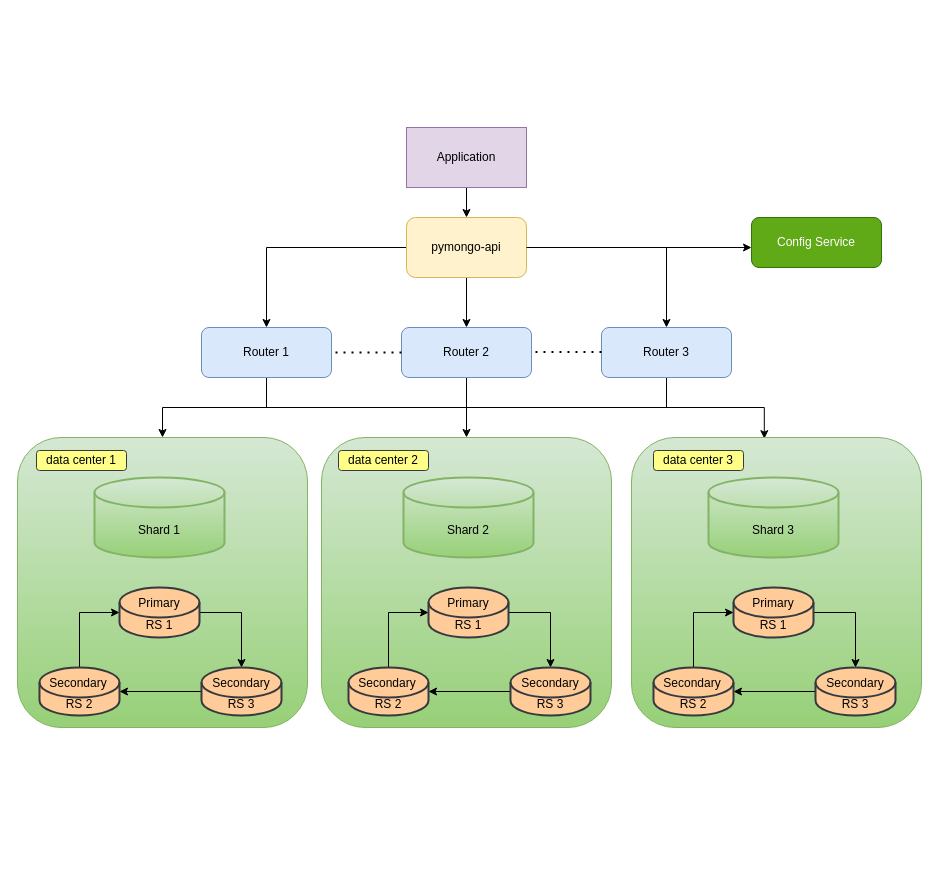
Before: page "mongo-sharding-repl" (2 of 5) of task1.drawio in laksan1/architecture-sprint-2, a draw.io diagram. Source tidied: cells renumbered, new cells numbered last; positions are measured from the earlier drawing's top-left corner, leaving out a move shared by most shapes. Both pictures are drawn from the tidied source at 100%, with x=0, y=0 at pixel (17, 127).
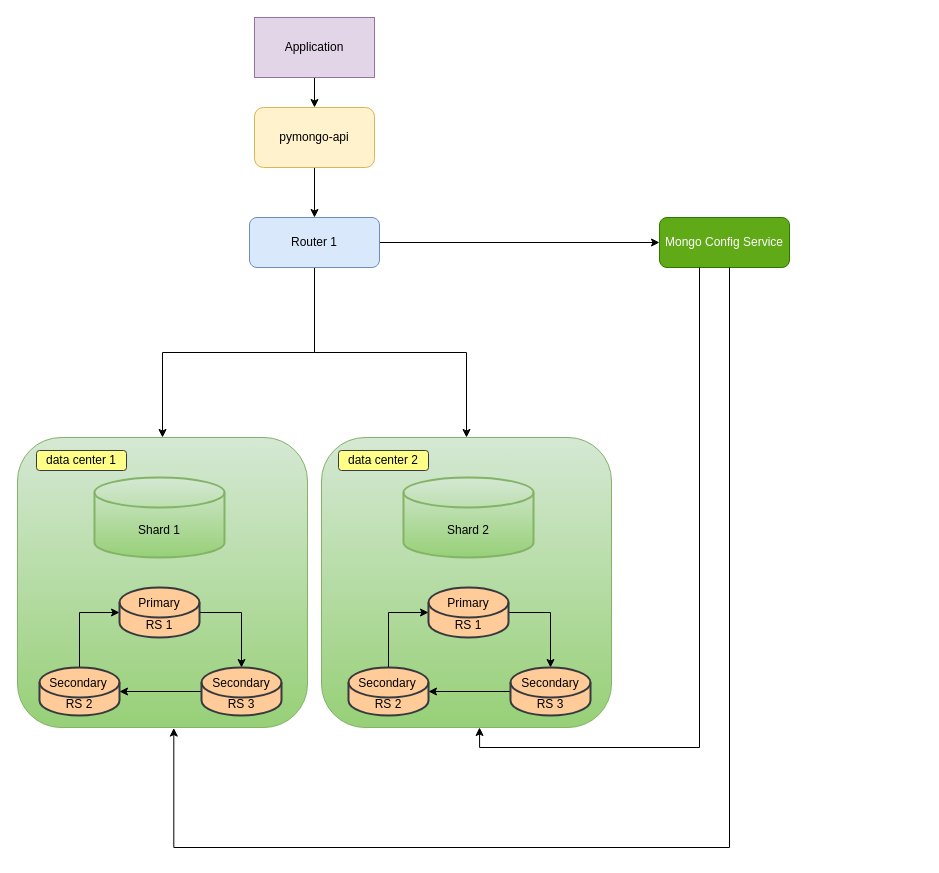
After the change.

Unchanged cells that the change refers to:
```xml
<mxCell id="2" style="rounded=1;whiteSpace=wrap;html=1;fillColor=#d5e8d4;strokeColor=#82b366;gradientColor=#97d077;" parent="1" vertex="1">
  <mxGeometry y="310" width="290" height="290" as="geometry" />
</mxCell>
<mxCell id="29" style="rounded=1;whiteSpace=wrap;html=1;fillColor=#d5e8d4;strokeColor=#82b366;gradientColor=#97d077;" parent="1" vertex="1">
  <mxGeometry x="304" y="310" width="290" height="290" as="geometry" />
</mxCell>
```

Diff of the diagram source:
```diff
@@
     <mxCell id="4" value="Application" style="rounded=0;whiteSpace=wrap;html=1;fillColor=#e1d5e7;strokeColor=#9673a6;" parent="1" vertex="1">
-      <mxGeometry x="389" width="120" height="60" as="geometry" />
+      <mxGeometry x="237" y="-110" width="120" height="60" as="geometry" />
     </mxCell>
-    <mxCell id="5" style="edgeStyle=orthogonalEdgeStyle;rounded=0;jettySize=auto;html=1;" parent="1" edge="1" source="6" target="2">
-      <mxGeometry relative="1" as="geometry" />
-    </mxCell>
-    <mxCell id="6" value="Router 1" style="rounded=1;whiteSpace=wrap;html=1;fillColor=#dae8fc;strokeColor=#6c8ebf;" parent="1" vertex="1">
-      <mxGeometry x="184" y="200" width="130" height="50" as="geometry" />
-    </mxCell>
-    <mxCell id="7" style="edgeStyle=orthogonalEdgeStyle;rounded=0;jettySize=auto;html=1;entryX=0.5;entryY=0;entryDx=0;entryDy=0;" parent="1" edge="1" source="8" target="29">
+    <mxCell id="7" style="edgeStyle=orthogonalEdgeStyle;rounded=0;jettySize=auto;html=1;" parent="1" edge="1" source="8" target="29">
       <mxGeometry relative="1" as="geometry" />
     </mxCell>
+    <mxCell id="55" style="edgeStyle=orthogonalEdgeStyle;rounded=0;jettySize=auto;html=1;entryX=0.5;entryY=0;entryDx=0;entryDy=0;" parent="1" edge="1" source="8" target="2">
+      <mxGeometry relative="1" as="geometry" />
+    </mxCell>
+    <mxCell id="56" style="edgeStyle=orthogonalEdgeStyle;rounded=0;jettySize=auto;html=1;" parent="1" edge="1" source="8" target="15">
+      <mxGeometry relative="1" as="geometry" />
+    </mxCell>
-    <mxCell id="8" value="Router 2" style="rounded=1;whiteSpace=wrap;html=1;fillColor=#dae8fc;strokeColor=#6c8ebf;" parent="1" vertex="1">
-      <mxGeometry x="384" y="200" width="130" height="50" as="geometry" />
+    <mxCell id="8" value="Router 1" style="rounded=1;whiteSpace=wrap;html=1;fillColor=#dae8fc;strokeColor=#6c8ebf;" parent="1" vertex="1">
+      <mxGeometry x="232" y="90" width="130" height="50" as="geometry" />
     </mxCell>
-    <mxCell id="9" style="edgeStyle=orthogonalEdgeStyle;rounded=0;jettySize=auto;html=1;entryX=0.458;entryY=0.004;entryDx=0;entryDy=0;entryPerimeter=0;" parent="1" edge="1" source="10" target="40">
-      <mxGeometry relative="1" as="geometry" />
-    </mxCell>
-    <mxCell id="10" value="Router 3" style="rounded=1;whiteSpace=wrap;html=1;fillColor=#dae8fc;strokeColor=#6c8ebf;" parent="1" vertex="1">
-      <mxGeometry x="584" y="200" width="130" height="50" as="geometry" />
-    </mxCell>
-    <mxCell id="11" style="edgeStyle=orthogonalEdgeStyle;rounded=0;jettySize=auto;html=1;entryX=0.5;entryY=0;entryDx=0;entryDy=0;" parent="1" edge="1" source="14" target="10">
-      <mxGeometry relative="1" as="geometry" />
-    </mxCell>
@@
-    <mxCell id="13" style="edgeStyle=orthogonalEdgeStyle;rounded=0;jettySize=auto;html=1;entryX=0.5;entryY=0;entryDx=0;entryDy=0;" parent="1" edge="1" source="14" target="6">
-      <mxGeometry relative="1" as="geometry" />
-    </mxCell>
     <mxCell id="14" value="pymongo-api" style="rounded=1;whiteSpace=wrap;html=1;fillColor=#fff2cc;strokeColor=#d6b656;" parent="1" vertex="1">
-      <mxGeometry x="389" y="90" width="120" height="60" as="geometry" />
+      <mxGeometry x="237" y="-20" width="120" height="60" as="geometry" />
     </mxCell>
-    <mxCell id="15" value="Config Service" style="rounded=1;whiteSpace=wrap;html=1;fillColor=#60a917;fontColor=#ffffff;strokeColor=#2D7600;" parent="1" vertex="1">
-      <mxGeometry x="734" y="90" width="130" height="50" as="geometry" />
+    <mxCell id="15" value="Mongo Config Service" style="rounded=1;whiteSpace=wrap;html=1;fillColor=#60a917;fontColor=#ffffff;strokeColor=#2D7600;" parent="1" vertex="1">
+      <mxGeometry x="642" y="90" width="130" height="50" as="geometry" />
     </mxCell>
@@
-    <mxCell id="17" style="endArrow=none;dashed=1;html=1;dashPattern=1 3;strokeWidth=2;rounded=0;entryX=1;entryY=0.5;entryDx=0;entryDy=0;exitX=0;exitY=0.5;exitDx=0;exitDy=0;" parent="1" edge="1" source="8" target="6">
-      <mxGeometry relative="1" as="geometry" />
-    </mxCell>
-    <mxCell id="18" style="endArrow=none;dashed=1;html=1;dashPattern=1 3;strokeWidth=2;rounded=0;entryX=1;entryY=0.5;entryDx=0;entryDy=0;exitX=0;exitY=0.5;exitDx=0;exitDy=0;" parent="1" edge="1">
-      <mxGeometry relative="1" as="geometry">
-        <mxPoint x="584" y="224.5" as="sourcePoint" />
-        <mxPoint x="514" y="224.5" as="targetPoint" />
-      </mxGeometry>
-    </mxCell>
-    <mxCell id="19" style="edgeStyle=orthogonalEdgeStyle;rounded=0;jettySize=auto;html=1;" parent="1" edge="1" source="14">
-      <mxGeometry relative="1" as="geometry">
-        <mxPoint x="734" y="120" as="targetPoint" />
-      </mxGeometry>
-    </mxCell>
@@
-    <mxCell id="40" style="rounded=1;whiteSpace=wrap;html=1;fillColor=#d5e8d4;strokeColor=#82b366;gradientColor=#97d077;" parent="1" vertex="1">
-      <mxGeometry x="614" y="310" width="290" height="290" as="geometry" />
-    </mxCell>
-    <mxCell id="41" value="Shard 3" style="shape=cylinder3;whiteSpace=wrap;html=1;boundedLbl=1;backgroundOutline=1;size=15;strokeWidth=2;fillColor=#d5e8d4;strokeColor=#82b366;gradientColor=#97d077;" parent="1" vertex="1">
-      <mxGeometry x="691" y="350" width="130" height="80" as="geometry" />
-    </mxCell>
-    <mxCell id="42" style="edgeStyle=orthogonalEdgeStyle;rounded=0;jettySize=auto;html=1;" parent="1" edge="1" source="43" target="47">
-      <mxGeometry relative="1" as="geometry" />
-    </mxCell>
-    <mxCell id="43" value="RS 1" style="shape=cylinder3;whiteSpace=wrap;html=1;boundedLbl=1;backgroundOutline=1;size=15;strokeWidth=2;fillColor=#ffcc99;strokeColor=#36393d;" parent="1" vertex="1">
-      <mxGeometry x="716" y="460" width="80" height="50" as="geometry" />
-    </mxCell>
-    <mxCell id="44" style="edgeStyle=orthogonalEdgeStyle;rounded=0;jettySize=auto;html=1;entryX=0;entryY=0.5;entryDx=0;entryDy=0;entryPerimeter=0;" parent="1" edge="1" source="45" target="43">
-      <mxGeometry relative="1" as="geometry" />
-    </mxCell>
-    <mxCell id="45" value="RS 2" style="shape=cylinder3;whiteSpace=wrap;html=1;boundedLbl=1;backgroundOutline=1;size=15;strokeWidth=2;fillColor=#ffcc99;strokeColor=#36393d;" parent="1" vertex="1">
-      <mxGeometry x="636" y="540" width="80" height="48" as="geometry" />
-    </mxCell>
-    <mxCell id="46" style="edgeStyle=orthogonalEdgeStyle;rounded=0;jettySize=auto;html=1;" parent="1" edge="1" source="47" target="45">
-      <mxGeometry relative="1" as="geometry" />
-    </mxCell>
-    <mxCell id="47" value="RS 3" style="shape=cylinder3;whiteSpace=wrap;html=1;boundedLbl=1;backgroundOutline=1;size=15;strokeWidth=2;fillColor=#ffcc99;strokeColor=#36393d;" parent="1" vertex="1">
-      <mxGeometry x="798" y="540" width="80" height="48" as="geometry" />
-    </mxCell>
-    <mxCell id="48" value="Primary" style="text;html=1;align=center;verticalAlign=middle;whiteSpace=wrap;rounded=0;" parent="1" vertex="1">
-      <mxGeometry x="740" y="466" width="32" height="20" as="geometry" />
-    </mxCell>
-    <mxCell id="49" value="Secondary" style="text;html=1;align=center;verticalAlign=middle;whiteSpace=wrap;rounded=0;" parent="1" vertex="1">
-      <mxGeometry x="659" y="546" width="32" height="20" as="geometry" />
-    </mxCell>
-    <mxCell id="50" value="Secondary" style="text;html=1;align=center;verticalAlign=middle;whiteSpace=wrap;rounded=0;" parent="1" vertex="1">
-      <mxGeometry x="822" y="546" width="32" height="20" as="geometry" />
-    </mxCell>
@@
-    <mxCell id="53" value="data center 3" style="rounded=1;whiteSpace=wrap;html=1;fillColor=#ffff88;strokeColor=#36393d;" parent="1" vertex="1">
-      <mxGeometry x="636" y="323" width="90" height="20" as="geometry" />
-    </mxCell>
-    <mxCell id="54" style="endArrow=none;html=1;rounded=0;" parent="1" edge="1">
-      <mxGeometry relative="1" as="geometry">
-        <mxPoint x="244" y="280" as="sourcePoint" />
-        <mxPoint x="664" y="280" as="targetPoint" />
-      </mxGeometry>
-    </mxCell>
+    <mxCell id="57" style="edgeStyle=orthogonalEdgeStyle;rounded=0;jettySize=auto;html=1;entryX=0.545;entryY=1;entryDx=0;entryDy=0;entryPerimeter=0;" parent="1" edge="1" source="15" target="29">
+      <mxGeometry relative="1" as="geometry">
+        <Array as="points">
+          <mxPoint x="682" y="620" />
+          <mxPoint x="462" y="620" />
+        </Array>
+      </mxGeometry>
+    </mxCell>
+    <mxCell id="58" style="edgeStyle=orthogonalEdgeStyle;rounded=0;jettySize=auto;html=1;entryX=0.539;entryY=1.002;entryDx=0;entryDy=0;entryPerimeter=0;" parent="1" edge="1" source="15" target="2">
+      <mxGeometry relative="1" as="geometry">
+        <Array as="points">
+          <mxPoint x="712" y="720" />
+          <mxPoint x="156" y="720" />
+        </Array>
+      </mxGeometry>
+    </mxCell>
```
